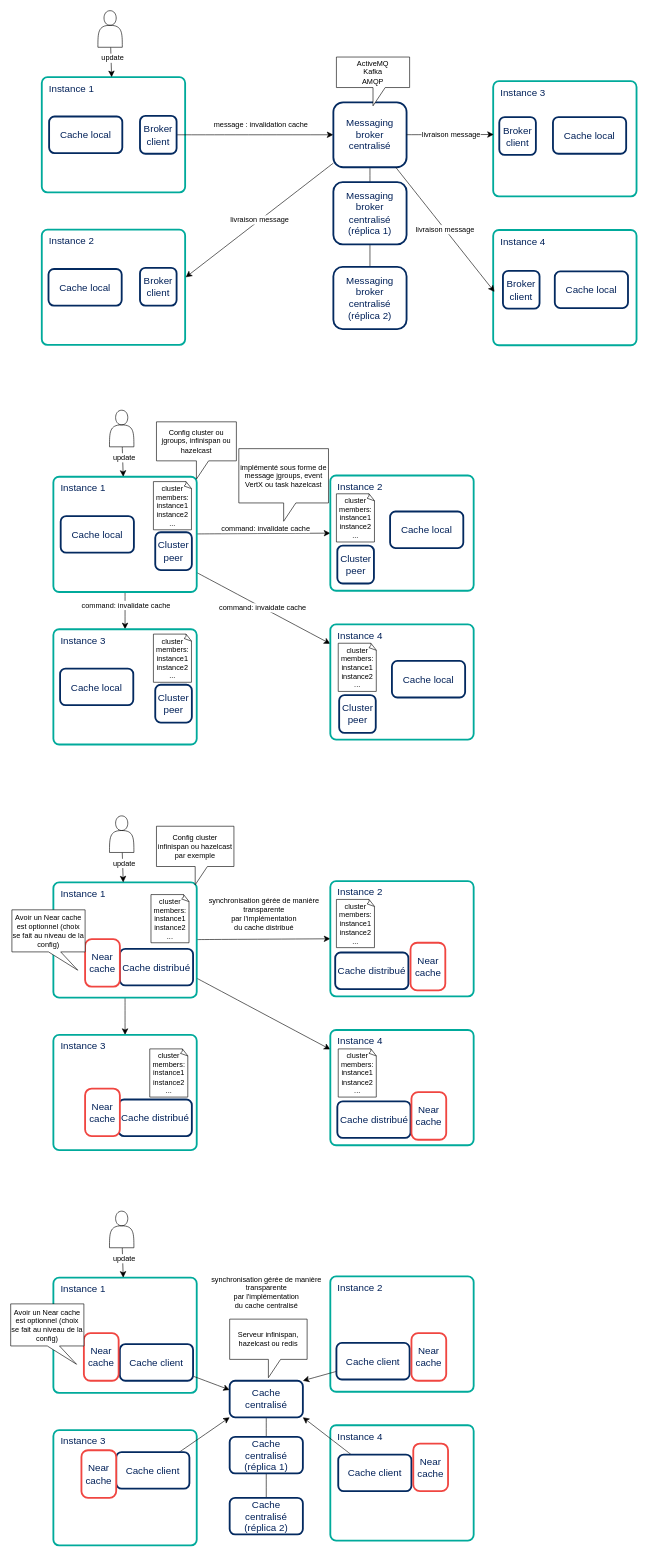
This is cache.drawio from omasseau/drawio, a draw.io file, before an edit. Source tidied: cells renumbered, new cells numbered last; positions are measured from the earlier drawing's top-left corner, leaving out a move shared by most shapes. Both pictures are drawn from the tidied source at 61%, with x=0, y=0 at pixel (10, 10).
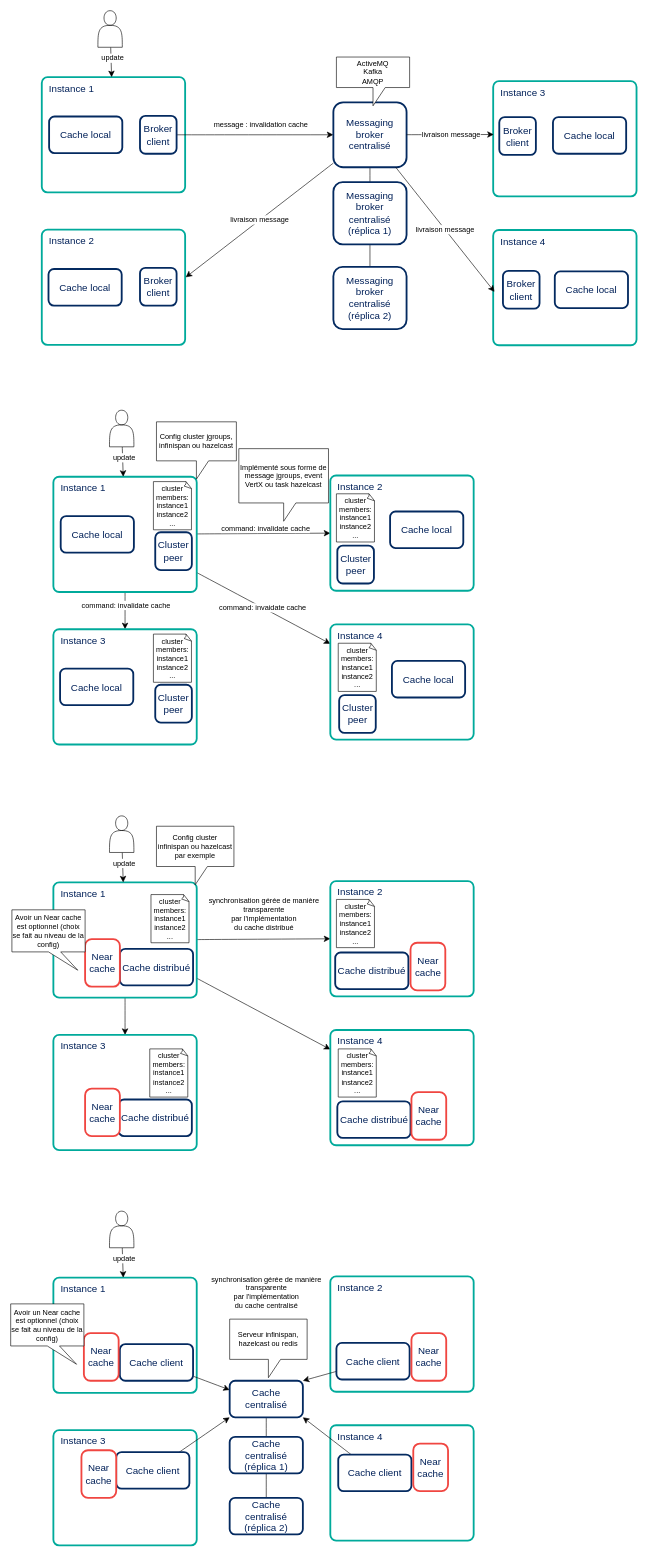
After the change.

Commit message (it also covers changes not shown here):
Mettre à jour cache.drawio

The edit, as a diff of the source:
```diff
@@
-    <mxCell id="27" value="Config cluster ou jgroups, infinispan ou hazelcast" style="shape=callout;whiteSpace=wrap;html=1;perimeter=calloutPerimeter;" parent="1" vertex="1">
+    <mxCell id="27" value="Config cluster jgroups, infinispan ou hazelcast" style="shape=callout;whiteSpace=wrap;html=1;perimeter=calloutPerimeter;" parent="1" vertex="1">
       <mxGeometry x="239" y="674" width="131" height="94" as="geometry" />
     </mxCell>
-    <mxCell id="28" value="implémenté sous forme de message jgroups, event VertX ou task hazelcast" style="shape=callout;whiteSpace=wrap;html=1;perimeter=calloutPerimeter;" parent="1" vertex="1">
+    <mxCell id="28" value="Implémenté sous forme de message jgroups, event VertX ou task hazelcast" style="shape=callout;whiteSpace=wrap;html=1;perimeter=calloutPerimeter;" parent="1" vertex="1">
       <mxGeometry x="374" y="718" width="147" height="119" as="geometry" />
     </mxCell>
```
